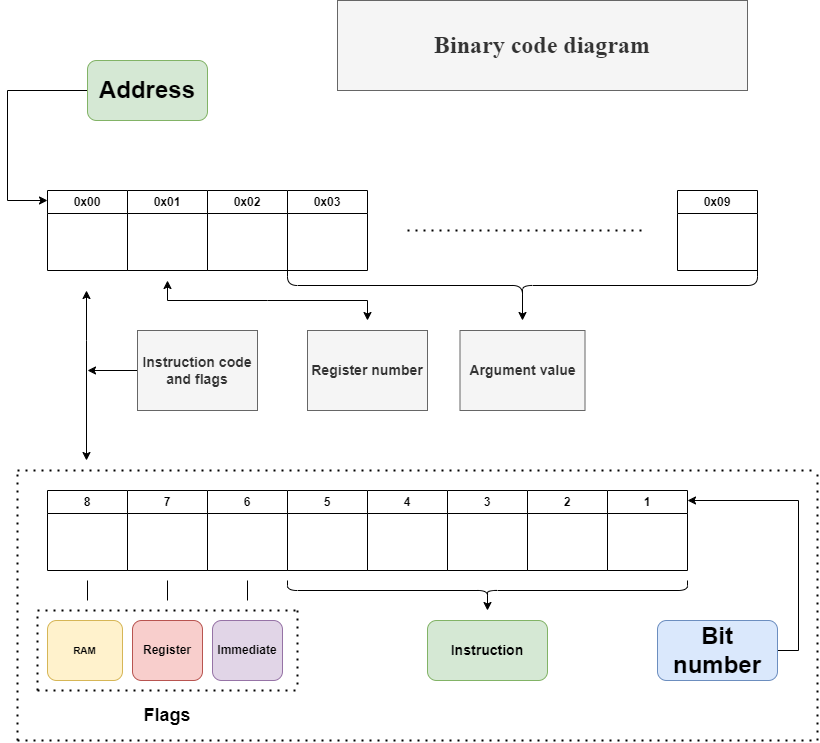
This is img/bin_diagram.png from aidenfmunro/CPU, a draw.io export, as it was before one commit. Source tidied: cells renumbered, new cells last; positions are measured from the earlier drawing's top-left corner, leaving out a move shared by most shapes.
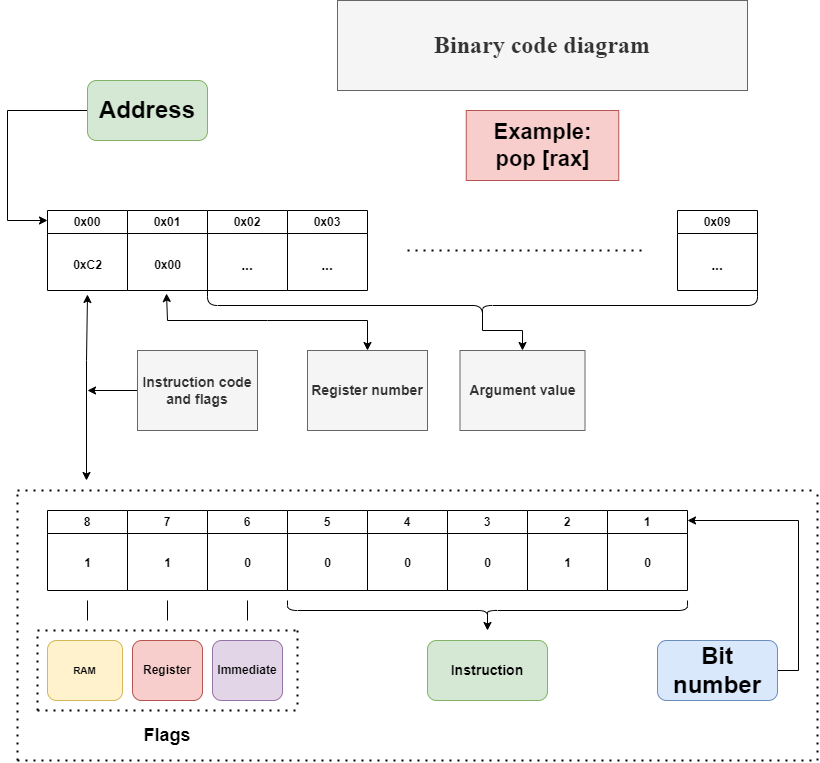
After the change.

What changed in the source:
```diff
@@ -5,15 +5,27 @@
     <mxCell id="2" value="0x00" style="swimlane;whiteSpace=wrap;html=1;" parent="1" vertex="1">
       <mxGeometry x="40" y="190" width="80" height="80" as="geometry" />
     </mxCell>
+    <mxCell id="47" value="&lt;h4&gt;0xC2&lt;/h4&gt;" style="text;html=1;align=center;verticalAlign=middle;points=[];strokeColor=none;fillColor=none;" parent="2" vertex="1">
+      <mxGeometry x="15" y="25" width="50" height="60" as="geometry" />
+    </mxCell>
     <mxCell id="3" value="0x01" style="swimlane;whiteSpace=wrap;html=1;" parent="1" vertex="1">
       <mxGeometry x="120" y="190" width="80" height="80" as="geometry" />
     </mxCell>
+    <mxCell id="48" value="&lt;h4&gt;0x00&lt;/h4&gt;" style="text;html=1;align=center;verticalAlign=middle;points=[];strokeColor=none;fillColor=none;" parent="3" vertex="1">
+      <mxGeometry x="15" y="25" width="50" height="60" as="geometry" />
+    </mxCell>
     <mxCell id="4" value="0x02" style="swimlane;whiteSpace=wrap;html=1;" parent="1" vertex="1">
       <mxGeometry x="200" y="190" width="80" height="80" as="geometry" />
     </mxCell>
+    <mxCell id="49" value="&lt;h3&gt;...&lt;/h3&gt;" style="text;html=1;align=center;verticalAlign=middle;whiteSpace=wrap;rounded=0;" parent="4" vertex="1">
+      <mxGeometry x="10" y="40" width="60" height="30" as="geometry" />
+    </mxCell>
     <mxCell id="5" value="0x03" style="swimlane;whiteSpace=wrap;html=1;" parent="1" vertex="1">
       <mxGeometry x="280" y="190" width="80" height="80" as="geometry" />
     </mxCell>
+    <mxCell id="50" value="&lt;h3&gt;...&lt;/h3&gt;" style="text;html=1;align=center;verticalAlign=middle;whiteSpace=wrap;rounded=0;" parent="5" vertex="1">
+      <mxGeometry x="10" y="40" width="60" height="30" as="geometry" />
+    </mxCell>
     <mxCell id="6" style="edgeStyle=orthogonalEdgeStyle;rounded=0;jettySize=auto;html=1;" parent="1" edge="1" source="7">
       <mxGeometry relative="1" as="geometry">
         <mxPoint x="40" y="200" as="targetPoint" />
@@ -29,6 +41,9 @@
     <mxCell id="8" value="0x09" style="swimlane;whiteSpace=wrap;html=1;startSize=23;" parent="1" vertex="1">
       <mxGeometry x="670" y="190" width="80" height="80" as="geometry" />
     </mxCell>
+    <mxCell id="51" value="&lt;h3&gt;...&lt;/h3&gt;" style="text;html=1;align=center;verticalAlign=middle;whiteSpace=wrap;rounded=0;" parent="8" vertex="1">
+      <mxGeometry x="10" y="40" width="60" height="30" as="geometry" />
+    </mxCell>
     <mxCell id="9" style="endArrow=none;dashed=1;html=1;dashPattern=1 3;strokeWidth=2;rounded=0;" parent="1" edge="1">
       <mxGeometry relative="1" as="geometry">
         <mxPoint x="400" y="230" as="sourcePoint" />
@@ -38,27 +53,48 @@
     <mxCell id="10" value="8" style="swimlane;whiteSpace=wrap;html=1;startSize=23;" parent="1" vertex="1">
       <mxGeometry x="40" y="490" width="80" height="80" as="geometry" />
     </mxCell>
+    <mxCell id="52" value="&lt;h4&gt;1&lt;/h4&gt;" style="text;html=1;align=center;verticalAlign=middle;strokeColor=none;fillColor=none;" parent="10" vertex="1">
+      <mxGeometry x="25" y="23" width="30" height="60" as="geometry" />
+    </mxCell>
     <mxCell id="11" value="7" style="swimlane;whiteSpace=wrap;html=1;" parent="1" vertex="1">
       <mxGeometry x="120" y="490" width="80" height="80" as="geometry" />
     </mxCell>
+    <mxCell id="53" value="&lt;h4&gt;1&lt;/h4&gt;" style="text;html=1;align=center;verticalAlign=middle;strokeColor=none;fillColor=none;" parent="11" vertex="1">
+      <mxGeometry x="25" y="23" width="30" height="60" as="geometry" />
+    </mxCell>
     <mxCell id="12" value="6" style="swimlane;whiteSpace=wrap;html=1;" parent="1" vertex="1">
       <mxGeometry x="200" y="490" width="80" height="80" as="geometry" />
     </mxCell>
+    <mxCell id="54" value="&lt;h4&gt;0&lt;/h4&gt;" style="text;html=1;align=center;verticalAlign=middle;strokeColor=none;fillColor=none;" parent="12" vertex="1">
+      <mxGeometry x="25" y="23" width="30" height="60" as="geometry" />
+    </mxCell>
     <mxCell id="13" value="5" style="swimlane;whiteSpace=wrap;html=1;" parent="1" vertex="1">
       <mxGeometry x="280" y="490" width="80" height="80" as="geometry" />
     </mxCell>
+    <mxCell id="55" value="&lt;h4&gt;0&lt;/h4&gt;" style="text;html=1;align=center;verticalAlign=middle;strokeColor=none;fillColor=none;" parent="13" vertex="1">
+      <mxGeometry x="25" y="23" width="30" height="60" as="geometry" />
+    </mxCell>
     <mxCell id="14" value="4" style="swimlane;whiteSpace=wrap;html=1;" parent="1" vertex="1">
       <mxGeometry x="360" y="490" width="80" height="80" as="geometry" />
     </mxCell>
+    <mxCell id="56" value="&lt;h4&gt;0&lt;/h4&gt;" style="text;html=1;align=center;verticalAlign=middle;strokeColor=none;fillColor=none;" parent="14" vertex="1">
+      <mxGeometry x="25" y="23" width="30" height="60" as="geometry" />
+    </mxCell>
     <mxCell id="15" value="3" style="swimlane;whiteSpace=wrap;html=1;" parent="1" vertex="1">
       <mxGeometry x="440" y="490" width="80" height="80" as="geometry" />
     </mxCell>
+    <mxCell id="57" value="&lt;h4&gt;0&lt;/h4&gt;" style="text;html=1;align=center;verticalAlign=middle;strokeColor=none;fillColor=none;" parent="15" vertex="1">
+      <mxGeometry x="25" y="23" width="30" height="60" as="geometry" />
+    </mxCell>
     <mxCell id="16" value="2" style="swimlane;whiteSpace=wrap;html=1;" parent="1" vertex="1">
       <mxGeometry x="520" y="490" width="80" height="80" as="geometry" />
     </mxCell>
     <mxCell id="17" value="1" style="swimlane;whiteSpace=wrap;html=1;" parent="1" vertex="1">
       <mxGeometry x="600" y="490" width="80" height="80" as="geometry" />
     </mxCell>
+    <mxCell id="58" value="&lt;h4&gt;0&lt;/h4&gt;" style="text;html=1;align=center;verticalAlign=middle;strokeColor=none;fillColor=none;" parent="17" vertex="1">
+      <mxGeometry x="25" y="23" width="30" height="60" as="geometry" />
+    </mxCell>
     <mxCell id="18" style="edgeStyle=orthogonalEdgeStyle;rounded=0;jettySize=auto;html=1;exitX=1;exitY=0.5;exitDx=0;exitDy=0;entryX=1;entryY=0.125;entryDx=0;entryDy=0;entryPerimeter=0;" parent="1" edge="1" source="19" target="17">
       <mxGeometry relative="1" as="geometry">
         <Array as="points">
@@ -70,10 +106,9 @@
     <mxCell id="19" value="&lt;h1&gt;Bit number&lt;/h1&gt;" style="rounded=1;whiteSpace=wrap;html=1;fillColor=#dae8fc;strokeColor=#6c8ebf;" parent="1" vertex="1">
       <mxGeometry x="650" y="620" width="120" height="60" as="geometry" />
     </mxCell>
-    <mxCell id="20" style="endArrow=classic;startArrow=classic;html=1;rounded=0;" parent="1" edge="1">
+    <mxCell id="20" style="endArrow=classic;startArrow=classic;html=1;rounded=0;entryX=0.5;entryY=0.983;entryDx=0;entryDy=0;entryPerimeter=0;" parent="1" edge="1" target="47">
       <mxGeometry relative="1" as="geometry">
         <mxPoint x="79" y="460" as="sourcePoint" />
-        <mxPoint x="79" y="290" as="targetPoint" />
         <Array as="points">
           <mxPoint x="79" y="340" />
         </Array>
@@ -87,10 +122,8 @@
     <mxCell id="22" value="&lt;h3&gt;Instruction code and flags&lt;/h3&gt;" style="text;html=1;align=center;verticalAlign=middle;whiteSpace=wrap;rounded=0;fillColor=#f5f5f5;fontColor=#333333;strokeColor=#666666;" parent="1" vertex="1">
       <mxGeometry x="130" y="330" width="120" height="80" as="geometry" />
     </mxCell>
-    <mxCell id="23" style="endArrow=classic;startArrow=classic;html=1;rounded=0;" parent="1" edge="1">
+    <mxCell id="23" style="endArrow=classic;startArrow=classic;html=1;rounded=0;exitX=0.5;exitY=0;exitDx=0;exitDy=0;exitPerimeter=0;entryX=0.48;entryY=0.967;entryDx=0;entryDy=0;entryPerimeter=0;" parent="1" edge="1" source="24" target="48">
       <mxGeometry relative="1" as="geometry">
-        <mxPoint x="360" y="320" as="sourcePoint" />
-        <mxPoint x="160" y="280" as="targetPoint" />
         <Array as="points">
           <mxPoint x="360" y="300" />
           <mxPoint x="260" y="300" />
@@ -101,13 +134,16 @@
     <mxCell id="24" value="&lt;h3&gt;Register number&lt;/h3&gt;" style="text;html=1;align=center;verticalAlign=middle;whiteSpace=wrap;rounded=0;fillColor=#f5f5f5;fontColor=#333333;strokeColor=#666666;" parent="1" vertex="1">
       <mxGeometry x="300" y="330" width="120" height="80" as="geometry" />
     </mxCell>
-    <mxCell id="25" style="edgeStyle=orthogonalEdgeStyle;rounded=0;jettySize=auto;html=1;exitX=0.1;exitY=0.5;exitDx=0;exitDy=0;exitPerimeter=0;" parent="1" edge="1" source="26">
+    <mxCell id="25" style="edgeStyle=orthogonalEdgeStyle;rounded=0;jettySize=auto;html=1;exitX=0.1;exitY=0.5;exitDx=0;exitDy=0;exitPerimeter=0;entryX=0.5;entryY=0;entryDx=0;entryDy=0;entryPerimeter=0;" parent="1" edge="1" source="26" target="27">
       <mxGeometry relative="1" as="geometry">
-        <mxPoint x="515" y="320" as="targetPoint" />
+        <Array as="points">
+          <mxPoint x="475" y="310" />
+          <mxPoint x="515" y="310" />
+        </Array>
       </mxGeometry>
     </mxCell>
     <mxCell id="26" style="shape=curlyBracket;whiteSpace=wrap;html=1;rounded=1;labelPosition=left;verticalLabelPosition=middle;align=right;verticalAlign=middle;rotation=-90;size=0.5;" parent="1" vertex="1">
-      <mxGeometry x="497.5" y="50" width="35" height="470" as="geometry" />
+      <mxGeometry x="457.5" y="10" width="35" height="550" as="geometry" />
     </mxCell>
     <mxCell id="27" value="&lt;h3&gt;Argument value&lt;/h3&gt;" style="text;html=1;align=center;verticalAlign=middle;whiteSpace=wrap;rounded=0;fillColor=#f5f5f5;fontColor=#333333;strokeColor=#666666;" parent="1" vertex="1">
       <mxGeometry x="452.5" y="330" width="125" height="80" as="geometry" />
@@ -217,7 +253,13 @@
       </mxGeometry>
     </mxCell>
     <mxCell id="46" value="&lt;h1&gt;Binary code diagram&lt;/h1&gt;" style="text;html=1;align=center;verticalAlign=middle;whiteSpace=wrap;rounded=0;fillColor=#f5f5f5;strokeColor=#666666;fontColor=#333333;fontFamily=Times New Roman;" parent="1" vertex="1">
-      <mxGeometry x="330" width="410" height="90" as="geometry" />
+      <mxGeometry x="330" y="-20" width="410" height="90" as="geometry" />
     </mxCell>
+    <mxCell id="59" value="&lt;h3&gt;&lt;font style=&quot;font-size: 22px;&quot;&gt;&amp;nbsp;Example:&amp;nbsp; &amp;nbsp;pop [rax]&amp;nbsp;&lt;/font&gt;&lt;/h3&gt;" style="text;html=1;align=center;verticalAlign=middle;whiteSpace=wrap;rounded=0;fillColor=#f8cecc;strokeColor=#b85450;" parent="1" vertex="1">
+      <mxGeometry x="458.8" y="90" width="152.5" height="70" as="geometry" />
+    </mxCell>
+    <mxCell id="60" value="&lt;h4&gt;1&lt;/h4&gt;" style="text;html=1;align=center;verticalAlign=middle;strokeColor=none;fillColor=none;" parent="1" vertex="1">
+      <mxGeometry x="545" y="513" width="30" height="60" as="geometry" />
+    </mxCell>
   </root>
 </mxGraphModel>
```
